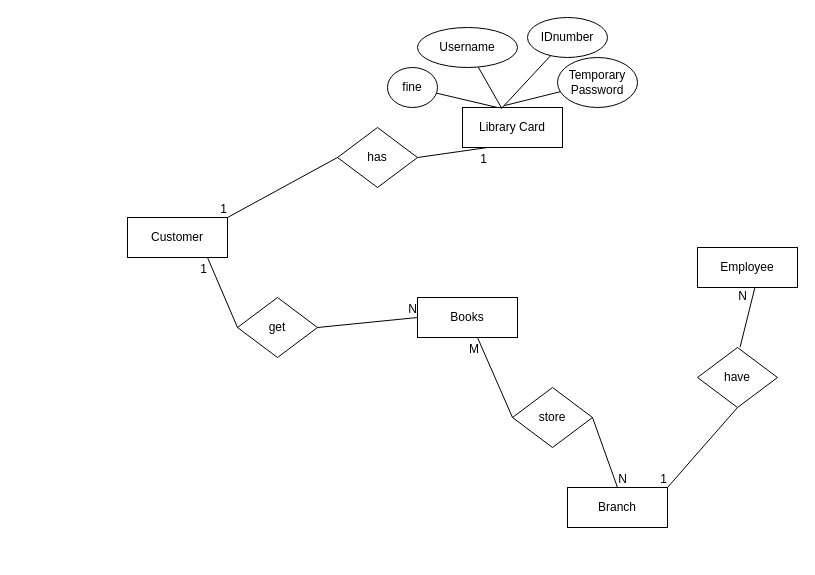
This is Untitled Diagram.drawio from ImaDeSara/ImaDeSara, a draw.io file, before an edit. Source tidied: cells renumbered, new cells numbered last; positions are measured from the earlier drawing's top-left corner, leaving out a move shared by most shapes. Both pictures are drawn from the tidied source at 100%, with x=0, y=0 at pixel (127, 17).
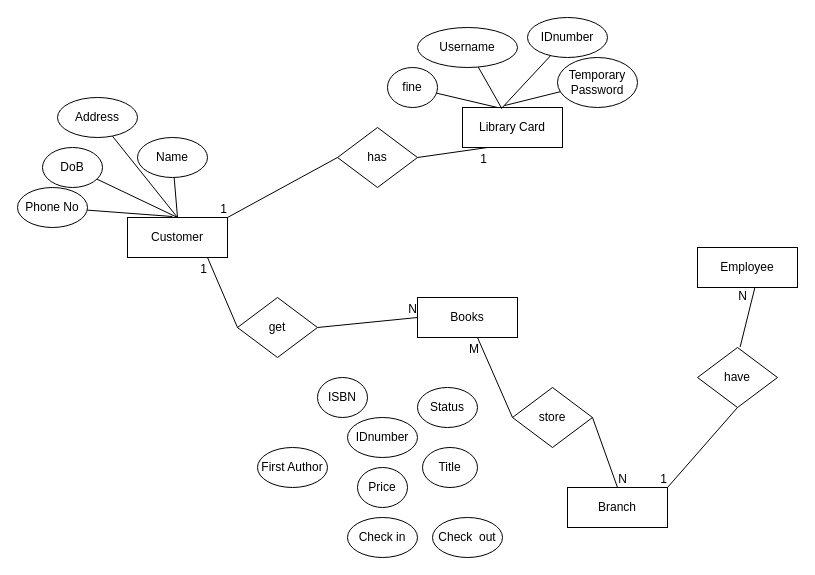
The same diagram, later.

The change refers to these unchanged cells:
```xml
<mxCell id="2" value="Customer" style="whiteSpace=wrap;html=1;align=center;" parent="1" vertex="1">
  <mxGeometry y="200" width="100" height="40" as="geometry" />
</mxCell>
```

What changed in the source:
```diff
@@
+    <mxCell id="35" style="edgeStyle=none;rounded=0;jettySize=auto;html=1;entryX=0.5;entryY=0;entryDx=0;entryDy=0;endArrow=none;endFill=0;" parent="1" edge="1" source="36" target="2">
+      <mxGeometry relative="1" as="geometry" />
+    </mxCell>
+    <mxCell id="36" value="Name" style="ellipse;whiteSpace=wrap;html=1;align=center;" parent="1" vertex="1">
+      <mxGeometry x="10" y="120" width="70" height="40" as="geometry" />
+    </mxCell>
+    <mxCell id="37" style="edgeStyle=none;rounded=0;jettySize=auto;html=1;entryX=0.5;entryY=0;entryDx=0;entryDy=0;endArrow=none;endFill=0;" parent="1" edge="1" source="38" target="2">
+      <mxGeometry relative="1" as="geometry" />
+    </mxCell>
+    <mxCell id="38" value="Address" style="ellipse;whiteSpace=wrap;html=1;align=center;" parent="1" vertex="1">
+      <mxGeometry x="-70" y="80" width="80" height="40" as="geometry" />
+    </mxCell>
+    <mxCell id="39" style="edgeStyle=none;rounded=0;jettySize=auto;html=1;entryX=0.448;entryY=-0.025;entryDx=0;entryDy=0;entryPerimeter=0;endArrow=none;endFill=0;" parent="1" edge="1" source="40" target="2">
+      <mxGeometry relative="1" as="geometry" />
+    </mxCell>
+    <mxCell id="40" value="Phone No" style="ellipse;whiteSpace=wrap;html=1;align=center;" parent="1" vertex="1">
+      <mxGeometry x="-110" y="170" width="70" height="40" as="geometry" />
+    </mxCell>
+    <mxCell id="41" style="edgeStyle=none;rounded=0;jettySize=auto;html=1;entryX=0.5;entryY=0;entryDx=0;entryDy=0;endArrow=none;endFill=0;" parent="1" edge="1" source="42" target="2">
+      <mxGeometry relative="1" as="geometry" />
+    </mxCell>
+    <mxCell id="42" value="DoB" style="ellipse;whiteSpace=wrap;html=1;align=center;" parent="1" vertex="1">
+      <mxGeometry x="-85" y="130" width="60" height="40" as="geometry" />
+    </mxCell>
+    <mxCell id="43" value="ISBN" style="ellipse;whiteSpace=wrap;html=1;align=center;" parent="1" vertex="1">
+      <mxGeometry x="190" y="360" width="50" height="40" as="geometry" />
+    </mxCell>
+    <mxCell id="44" value="IDnumber" style="ellipse;whiteSpace=wrap;html=1;align=center;" parent="1" vertex="1">
+      <mxGeometry x="220" y="400" width="70" height="40" as="geometry" />
+    </mxCell>
+    <mxCell id="45" value="Price" style="ellipse;whiteSpace=wrap;html=1;align=center;" parent="1" vertex="1">
+      <mxGeometry x="230" y="450" width="50" height="40" as="geometry" />
+    </mxCell>
+    <mxCell id="46" value="First Author" style="ellipse;whiteSpace=wrap;html=1;align=center;" parent="1" vertex="1">
+      <mxGeometry x="130" y="430" width="70" height="40" as="geometry" />
+    </mxCell>
+    <mxCell id="47" value="Status" style="ellipse;whiteSpace=wrap;html=1;align=center;" parent="1" vertex="1">
+      <mxGeometry x="290" y="370" width="60" height="40" as="geometry" />
+    </mxCell>
+    <mxCell id="48" value="Title" style="ellipse;whiteSpace=wrap;html=1;align=center;" parent="1" vertex="1">
+      <mxGeometry x="295" y="430" width="55" height="40" as="geometry" />
+    </mxCell>
+    <mxCell id="49" value="Check in" style="ellipse;whiteSpace=wrap;html=1;align=center;" parent="1" vertex="1">
+      <mxGeometry x="220" y="500" width="70" height="40" as="geometry" />
+    </mxCell>
+    <mxCell id="50" value="Check&amp;nbsp; out" style="ellipse;whiteSpace=wrap;html=1;align=center;" parent="1" vertex="1">
+      <mxGeometry x="305" y="500" width="70" height="40" as="geometry" />
+    </mxCell>
```
